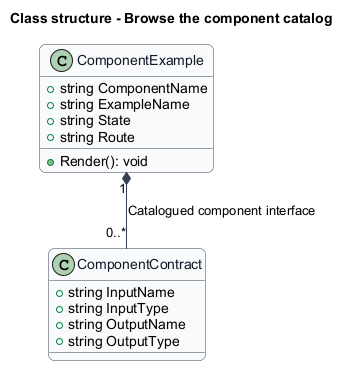
The PlantUML diagram docs/detailed-designs/design-system/browse-component-catalog/diagrams/class-structure.png in QuinntyneBrown/quinntyne-brown-studio, before a commit. Source of this version:
```plantuml
@startuml
skinparam backgroundColor #FFFFFF
skinparam shadowing false
skinparam roundcorner 12
skinparam defaultFontName Arial
skinparam ArrowColor #344054
skinparam rectangle {
  BorderColor #344054
  FontColor #101828
}
skinparam package {
  BorderColor #667085
  FontColor #101828
  BackgroundColor #F9FAFB
}
title Class structure - Browse the component catalog
skinparam class {
 BorderColor #344054
 FontColor #101828
 BackgroundColor #F9FAFB
}
class ComponentExample {
 +string ComponentName
 +string ExampleName
 +string State
 +string Route
 +Render(): void
}
class ComponentContract {
 +string InputName
 +string InputType
 +string OutputName
 +string OutputType
}
ComponentExample "1" *-- "0..*" ComponentContract : Catalogued component interface
@enduml
```
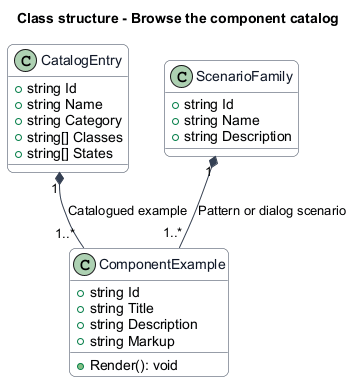
The same diagram one commit later.

What changed in the source:
```diff
@@ -19,18 +19,25 @@
  FontColor #101828
  BackgroundColor #F9FAFB
 }
+class CatalogEntry {
+ +string Id
+ +string Name
+ +string Category
+ +string[] Classes
+ +string[] States
+}
 class ComponentExample {
- +string ComponentName
- +string ExampleName
- +string State
- +string Route
+ +string Id
+ +string Title
+ +string Description
+ +string Markup
  +Render(): void
 }
-class ComponentContract {
- +string InputName
- +string InputType
- +string OutputName
- +string OutputType
+class ScenarioFamily {
+ +string Id
+ +string Name
+ +string Description
 }
-ComponentExample "1" *-- "0..*" ComponentContract : Catalogued component interface
+CatalogEntry "1" *-- "1..*" ComponentExample : Catalogued example
+ScenarioFamily "1" *-- "1..*" ComponentExample : Pattern or dialog scenario
 @enduml
```
